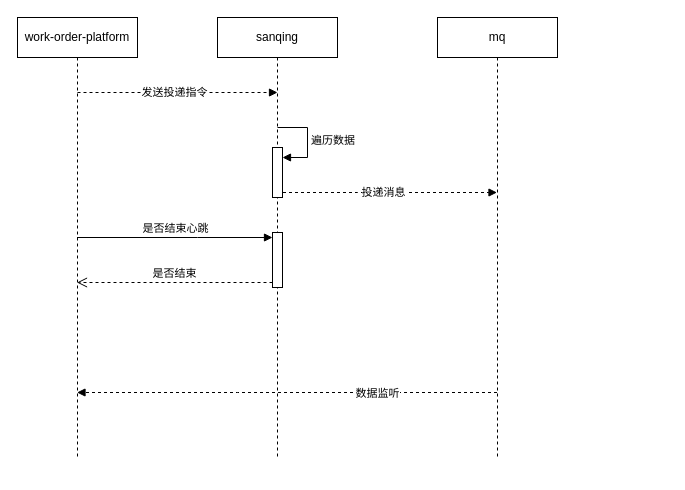
Earlier version of the draw.io diagram workorder.drawio (330129161/draw.io). Source tidied: cells renumbered, new cells numbered last; positions are measured from the earlier drawing's top-left corner, leaving out a move shared by most shapes. Both pictures are drawn from the tidied source at 100%, with x=0, y=0 at pixel (17, 17).
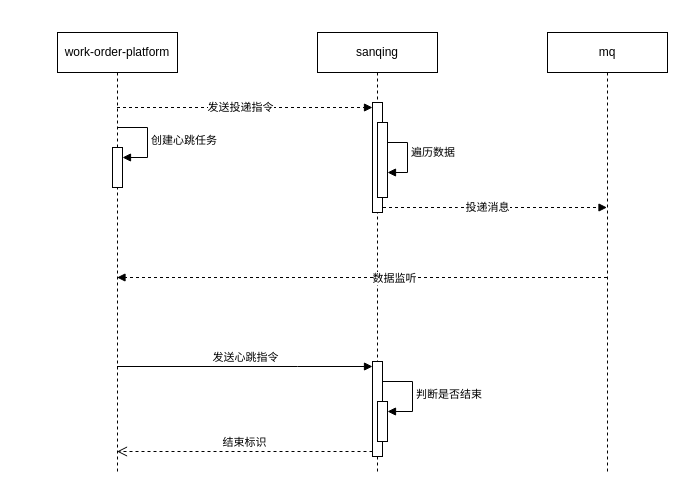
The same page after the edit.

Diff of the diagram source:
```diff
@@
     <mxCell id="2" style="html=1;verticalAlign=bottom;endArrow=block;edgeStyle=elbowEdgeStyle;elbow=vertical;curved=0;rounded=0;dashed=1;" parent="1" edge="1" source="5" target="9">
       <mxGeometry relative="1" as="geometry">
         <Array as="points">
-          <mxPoint x="340" y="175" />
-          <mxPoint x="430" y="145" />
-          <mxPoint x="320" y="145" />
-          <mxPoint x="330" y="145" />
-          <mxPoint x="290" y="135" />
-          <mxPoint x="300" y="135" />
+          <mxPoint x="440" y="190" />
+          <mxPoint x="530" y="160" />
+          <mxPoint x="420" y="160" />
+          <mxPoint x="430" y="160" />
+          <mxPoint x="390" y="150" />
+          <mxPoint x="400" y="150" />
         </Array>
       </mxGeometry>
     </mxCell>
@@
     <mxCell id="4" value="work-order-platform&lt;br&gt;" style="shape=umlLifeline;perimeter=lifelinePerimeter;whiteSpace=wrap;html=1;outlineConnect=0;portConstraint=eastwest;newEdgeStyle={&quot;edgeStyle&quot;:&quot;elbowEdgeStyle&quot;,&quot;elbow&quot;:&quot;vertical&quot;,&quot;curved&quot;:0,&quot;rounded&quot;:0};" parent="1" vertex="1">
-      <mxGeometry width="120" height="440" as="geometry" />
+      <mxGeometry x="40" y="15" width="120" height="440" as="geometry" />
     </mxCell>
+    <mxCell id="16" style="html=1;points=[];perimeter=orthogonalPerimeter;outlineConnect=0;targetShapes=umlLifeline;portConstraint=eastwest;newEdgeStyle={&quot;edgeStyle&quot;:&quot;elbowEdgeStyle&quot;,&quot;elbow&quot;:&quot;vertical&quot;,&quot;curved&quot;:0,&quot;rounded&quot;:0};" parent="4" vertex="1">
+      <mxGeometry x="55" y="115" width="10" height="40" as="geometry" />
+    </mxCell>
+    <mxCell id="17" value="创建心跳任务" style="html=1;align=left;spacingLeft=2;endArrow=block;rounded=0;edgeStyle=orthogonalEdgeStyle;curved=0;rounded=0;" parent="4" edge="1" target="16">
+      <mxGeometry relative="1" as="geometry">
+        <mxPoint x="60" y="95" as="sourcePoint" />
+        <Array as="points">
+          <mxPoint x="90" y="125" />
+        </Array>
+      </mxGeometry>
+    </mxCell>
     <mxCell id="5" value="sanqing" style="shape=umlLifeline;perimeter=lifelinePerimeter;whiteSpace=wrap;html=1;outlineConnect=0;portConstraint=eastwest;newEdgeStyle={&quot;edgeStyle&quot;:&quot;elbowEdgeStyle&quot;,&quot;elbow&quot;:&quot;vertical&quot;,&quot;curved&quot;:0,&quot;rounded&quot;:0};" parent="1" vertex="1">
-      <mxGeometry x="200" width="120" height="440" as="geometry" />
+      <mxGeometry x="300" y="15" width="120" height="440" as="geometry" />
     </mxCell>
@@
     <mxCell id="7" style="html=1;points=[];perimeter=orthogonalPerimeter;outlineConnect=0;targetShapes=umlLifeline;portConstraint=eastwest;newEdgeStyle={&quot;edgeStyle&quot;:&quot;elbowEdgeStyle&quot;,&quot;elbow&quot;:&quot;vertical&quot;,&quot;curved&quot;:0,&quot;rounded&quot;:0};" parent="5" vertex="1">
-      <mxGeometry x="55" y="215" width="10" height="55" as="geometry" />
+      <mxGeometry x="55" y="329" width="10" height="95" as="geometry" />
     </mxCell>
+    <mxCell id="18" style="html=1;points=[];perimeter=orthogonalPerimeter;outlineConnect=0;targetShapes=umlLifeline;portConstraint=eastwest;newEdgeStyle={&quot;edgeStyle&quot;:&quot;elbowEdgeStyle&quot;,&quot;elbow&quot;:&quot;vertical&quot;,&quot;curved&quot;:0,&quot;rounded&quot;:0};" parent="5" vertex="1">
+      <mxGeometry x="60" y="369" width="10" height="40" as="geometry" />
+    </mxCell>
+    <mxCell id="19" value="判断是否结束" style="html=1;align=left;spacingLeft=2;endArrow=block;rounded=0;edgeStyle=orthogonalEdgeStyle;curved=0;rounded=0;" parent="5" edge="1" target="18">
+      <mxGeometry relative="1" as="geometry">
+        <mxPoint x="65" y="349" as="sourcePoint" />
+        <Array as="points">
+          <mxPoint x="95" y="379" />
+        </Array>
+      </mxGeometry>
+    </mxCell>
+    <mxCell id="20" style="html=1;points=[];perimeter=orthogonalPerimeter;outlineConnect=0;targetShapes=umlLifeline;portConstraint=eastwest;newEdgeStyle={&quot;edgeStyle&quot;:&quot;elbowEdgeStyle&quot;,&quot;elbow&quot;:&quot;vertical&quot;,&quot;curved&quot;:0,&quot;rounded&quot;:0};" parent="5" vertex="1">
+      <mxGeometry x="55" y="70" width="10" height="110" as="geometry" />
+    </mxCell>
     <mxCell id="8" style="html=1;points=[];perimeter=orthogonalPerimeter;outlineConnect=0;targetShapes=umlLifeline;portConstraint=eastwest;newEdgeStyle={&quot;edgeStyle&quot;:&quot;elbowEdgeStyle&quot;,&quot;elbow&quot;:&quot;vertical&quot;,&quot;curved&quot;:0,&quot;rounded&quot;:0};" parent="5" vertex="1">
-      <mxGeometry x="55" y="130" width="10" height="50" as="geometry" />
+      <mxGeometry x="60" y="90" width="10" height="75" as="geometry" />
     </mxCell>
     <mxCell id="9" value="mq" style="shape=umlLifeline;perimeter=lifelinePerimeter;whiteSpace=wrap;html=1;outlineConnect=0;portConstraint=eastwest;newEdgeStyle={&quot;edgeStyle&quot;:&quot;elbowEdgeStyle&quot;,&quot;elbow&quot;:&quot;vertical&quot;,&quot;curved&quot;:0,&quot;rounded&quot;:0};" parent="1" vertex="1">
-      <mxGeometry x="420" width="120" height="440" as="geometry" />
+      <mxGeometry x="530" y="15" width="120" height="440" as="geometry" />
     </mxCell>
     <mxCell id="10" style="html=1;verticalAlign=bottom;endArrow=block;edgeStyle=elbowEdgeStyle;elbow=vertical;curved=0;rounded=0;dashed=1;" parent="1" edge="1" source="9" target="4">
       <mxGeometry relative="1" as="geometry">
         <Array as="points">
-          <mxPoint x="220" y="375" />
-          <mxPoint x="480" y="285" />
-          <mxPoint x="420" y="255" />
-          <mxPoint x="310" y="255" />
-          <mxPoint x="320" y="255" />
-          <mxPoint x="280" y="245" />
-          <mxPoint x="290" y="245" />
+          <mxPoint x="390" y="260" />
+          <mxPoint x="320" y="390" />
+          <mxPoint x="580" y="300" />
+          <mxPoint x="520" y="270" />
+          <mxPoint x="410" y="270" />
+          <mxPoint x="420" y="270" />
+          <mxPoint x="380" y="260" />
+          <mxPoint x="390" y="260" />
         </Array>
       </mxGeometry>
     </mxCell>
     <mxCell id="11" value="数据监听" style="edgeLabel;html=1;align=center;verticalAlign=middle;" parent="10" vertex="1">
       <mxGeometry x="-0.04" y="2" relative="1" as="geometry">
-        <mxPoint x="82" y="-2" as="offset" />
+        <mxPoint x="22" y="-2" as="offset" />
       </mxGeometry>
     </mxCell>
-    <mxCell id="12" style="html=1;verticalAlign=bottom;endArrow=block;edgeStyle=elbowEdgeStyle;elbow=vertical;curved=0;rounded=0;dashed=1;" parent="1" edge="1">
+    <mxCell id="12" style="html=1;verticalAlign=bottom;endArrow=block;edgeStyle=elbowEdgeStyle;elbow=vertical;curved=0;rounded=0;dashed=1;" parent="1" edge="1" source="4" target="20">
       <mxGeometry relative="1" as="geometry">
-        <mxPoint x="60" y="75" as="sourcePoint" />
-        <mxPoint x="260" y="75" as="targetPoint" />
         <Array as="points">
-          <mxPoint x="140" y="75" />
-          <mxPoint x="230" y="45" />
-          <mxPoint x="120" y="45" />
-          <mxPoint x="130" y="45" />
-          <mxPoint x="90" y="35" />
-          <mxPoint x="100" y="35" />
+          <mxPoint x="240" y="90" />
+          <mxPoint x="330" y="60" />
+          <mxPoint x="220" y="60" />
+          <mxPoint x="230" y="60" />
+          <mxPoint x="190" y="50" />
+          <mxPoint x="200" y="50" />
         </Array>
       </mxGeometry>
     </mxCell>
@@
-    <mxCell id="14" value="是否结束心跳" style="html=1;verticalAlign=bottom;endArrow=block;edgeStyle=elbowEdgeStyle;elbow=vertical;curved=0;rounded=0;" parent="1" edge="1" source="4" target="7">
+    <mxCell id="14" value="发送心跳指令" style="html=1;verticalAlign=bottom;endArrow=block;edgeStyle=elbowEdgeStyle;elbow=vertical;curved=0;rounded=0;" parent="1" edge="1" target="7">
       <mxGeometry relative="1" as="geometry">
+        <mxPoint x="99.5" y="349" as="sourcePoint" />
         <Array as="points">
-          <mxPoint x="180" y="220" />
+          <mxPoint x="280" y="349" />
         </Array>
       </mxGeometry>
     </mxCell>
-    <mxCell id="15" value="是否结束" style="html=1;verticalAlign=bottom;endArrow=open;dashed=1;endSize=8;edgeStyle=elbowEdgeStyle;elbow=vertical;curved=0;rounded=0;" parent="1" edge="1" source="7" target="4">
+    <mxCell id="15" value="结束标识" style="html=1;verticalAlign=bottom;endArrow=open;dashed=1;endSize=8;edgeStyle=elbowEdgeStyle;elbow=vertical;curved=0;rounded=0;" parent="1" edge="1" source="7">
       <mxGeometry relative="1" as="geometry">
+        <mxPoint x="99.5" y="434" as="targetPoint" />
         <Array as="points">
-          <mxPoint x="220" y="265" />
-          <mxPoint x="130" y="295" />
+          <mxPoint x="290" y="434" />
+          <mxPoint x="320" y="394" />
+          <mxPoint x="230" y="424" />
         </Array>
       </mxGeometry>
     </mxCell>
```
